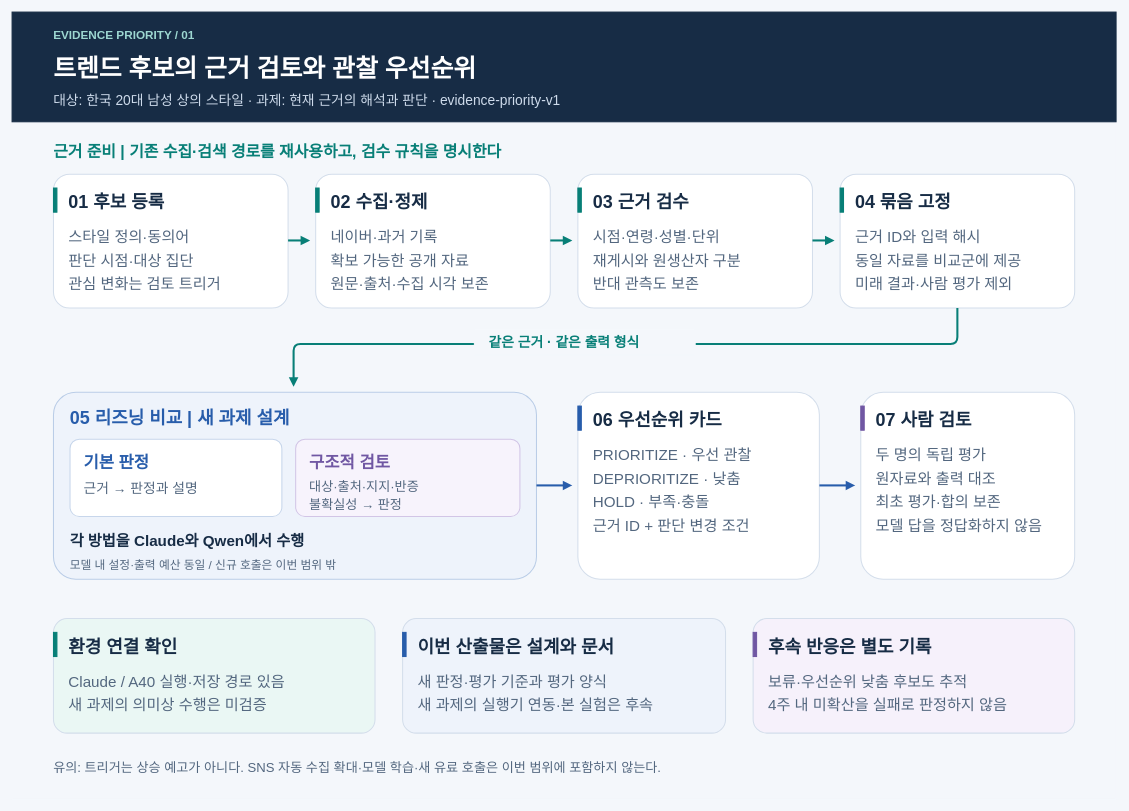
Before: page "01 시스템 구조" (1 of 2) of docs/research/priority-v1/diagrams/evidence-priority-v1.drawio in CalainKim/Trend_Verification_System, a draw.io diagram. Source tidied: cells renumbered, new cells numbered last; positions are measured from the earlier drawing's top-left corner, leaving out a move shared by most shapes. Both pictures are drawn from the tidied source at 69%, with x=0, y=0 at pixel (12, 12).
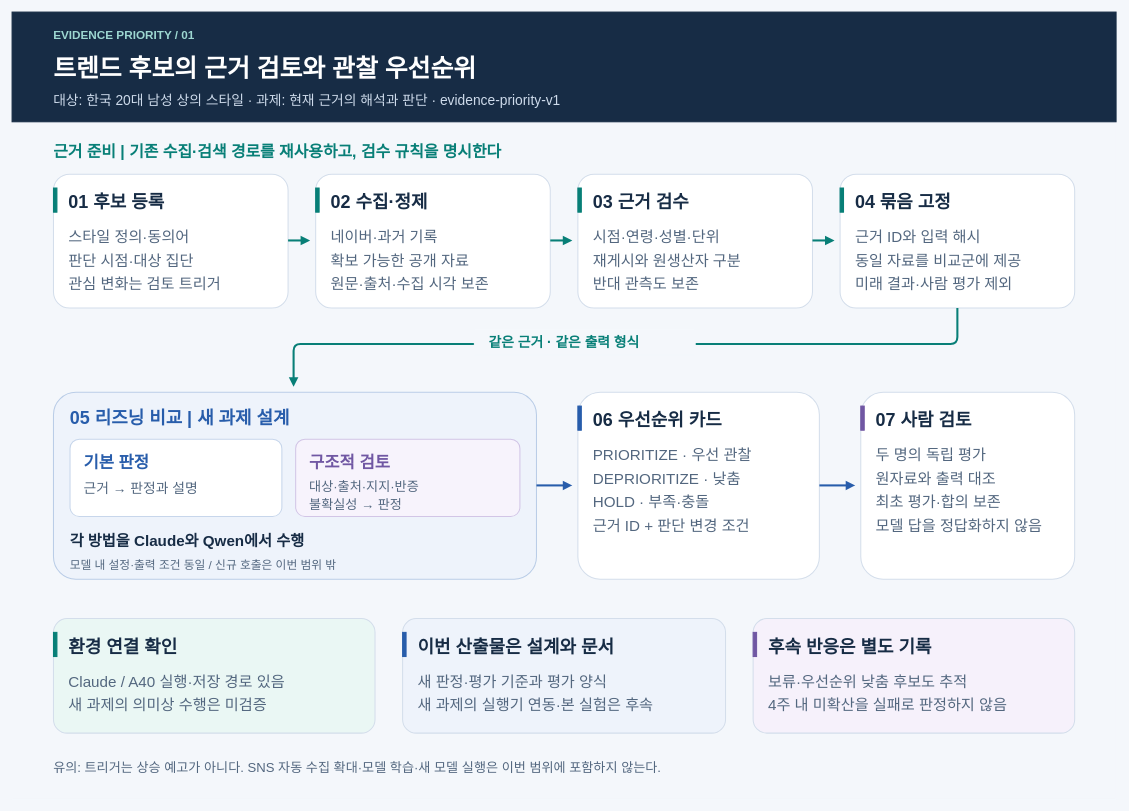
After the change.

The edit, as a diff of the source:
```diff
@@
-    <mxCell id="48" value="모델 내 설정·출력 예산 동일  /  신규 호출은 이번 범위 밖" style="text;html=0;strokeColor=none;fillColor=none;align=left;verticalAlign=top;whiteSpace=wrap;rounded=0;fontFamily=Malgun Gothic;fontSize=17;fontColor=#53677F;fontStyle=0;spacing=0;" parent="1" vertex="1">
+    <mxCell id="48" value="모델 내 설정·출력 조건 동일  /  신규 호출은 이번 범위 밖" style="text;html=0;strokeColor=none;fillColor=none;align=left;verticalAlign=top;whiteSpace=wrap;rounded=0;fontFamily=Malgun Gothic;fontSize=17;fontColor=#53677F;fontStyle=0;spacing=0;" parent="1" vertex="1">
       <mxGeometry x="84" y="787" width="652" height="26.4" as="geometry" />
     </mxCell>
@@
-    <mxCell id="80" value="유의: 트리거는 상승 예고가 아니다. SNS 자동 수집 확대·모델 학습·새 유료 호출은 이번 범위에 포함하지 않는다." style="text;html=0;strokeColor=none;fillColor=none;align=left;verticalAlign=top;whiteSpace=wrap;rounded=0;fontFamily=Malgun Gothic;fontSize=19;fontColor=#53677F;fontStyle=0;spacing=0;" parent="1" vertex="1">
+    <mxCell id="80" value="유의: 트리거는 상승 예고가 아니다. SNS 자동 수집 확대·모델 학습·새 모델 실행은 이번 범위에 포함하지 않는다." style="text;html=0;strokeColor=none;fillColor=none;align=left;verticalAlign=top;whiteSpace=wrap;rounded=0;fontFamily=Malgun Gothic;fontSize=19;fontColor=#53677F;fontStyle=0;spacing=0;" parent="1" vertex="1">
       <mxGeometry x="60" y="1080" width="1480" height="29.4" as="geometry" />
     </mxCell>
```
